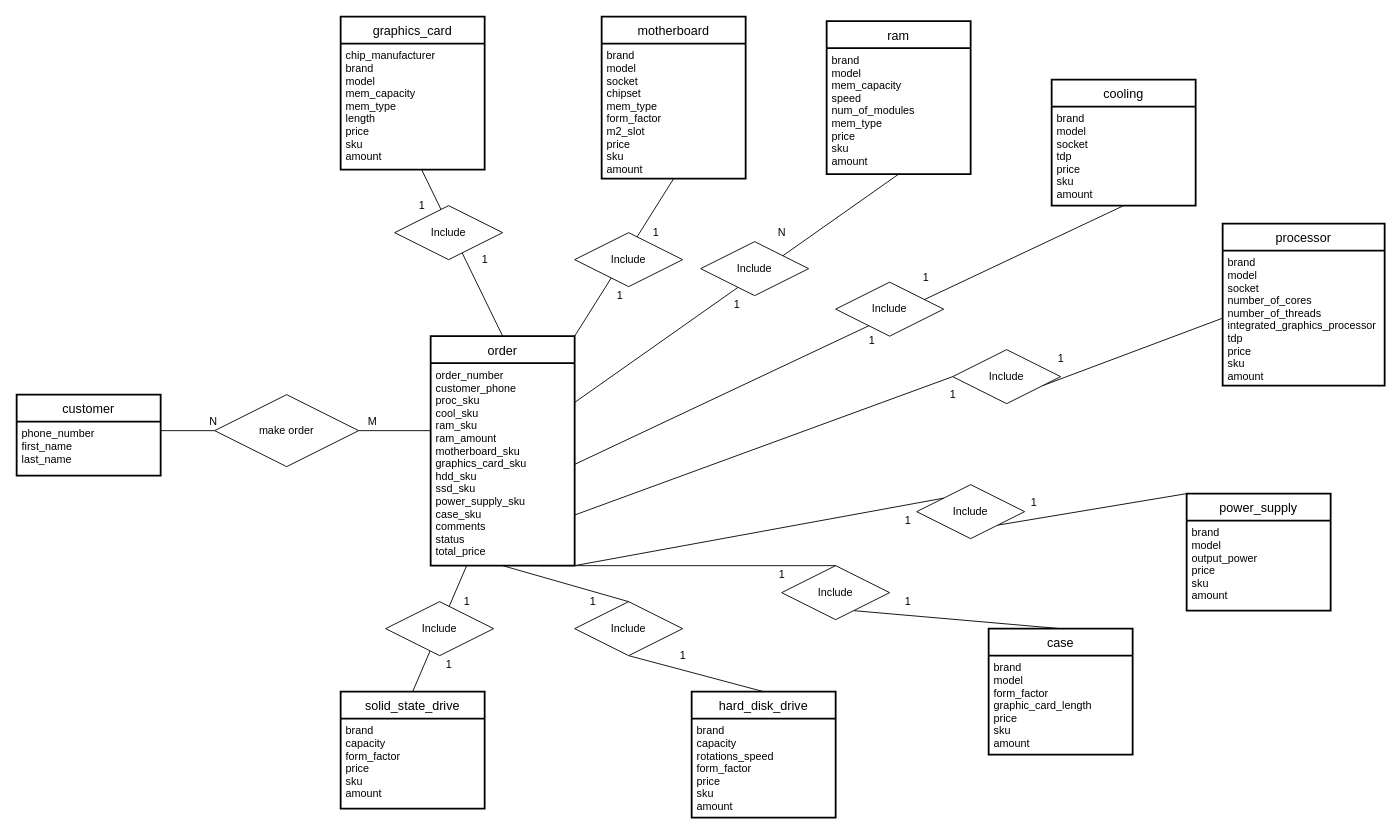
The draw.io diagram Help/comuter_shop.drawio in RaEzhov/sql_project, before the edit. Source tidied: cells renumbered, new cells numbered last; positions are measured from the earlier drawing's top-left corner, leaving out a move shared by most shapes. Both pictures are drawn from the tidied source at 90%, with x=0, y=0 at pixel (16, 16).
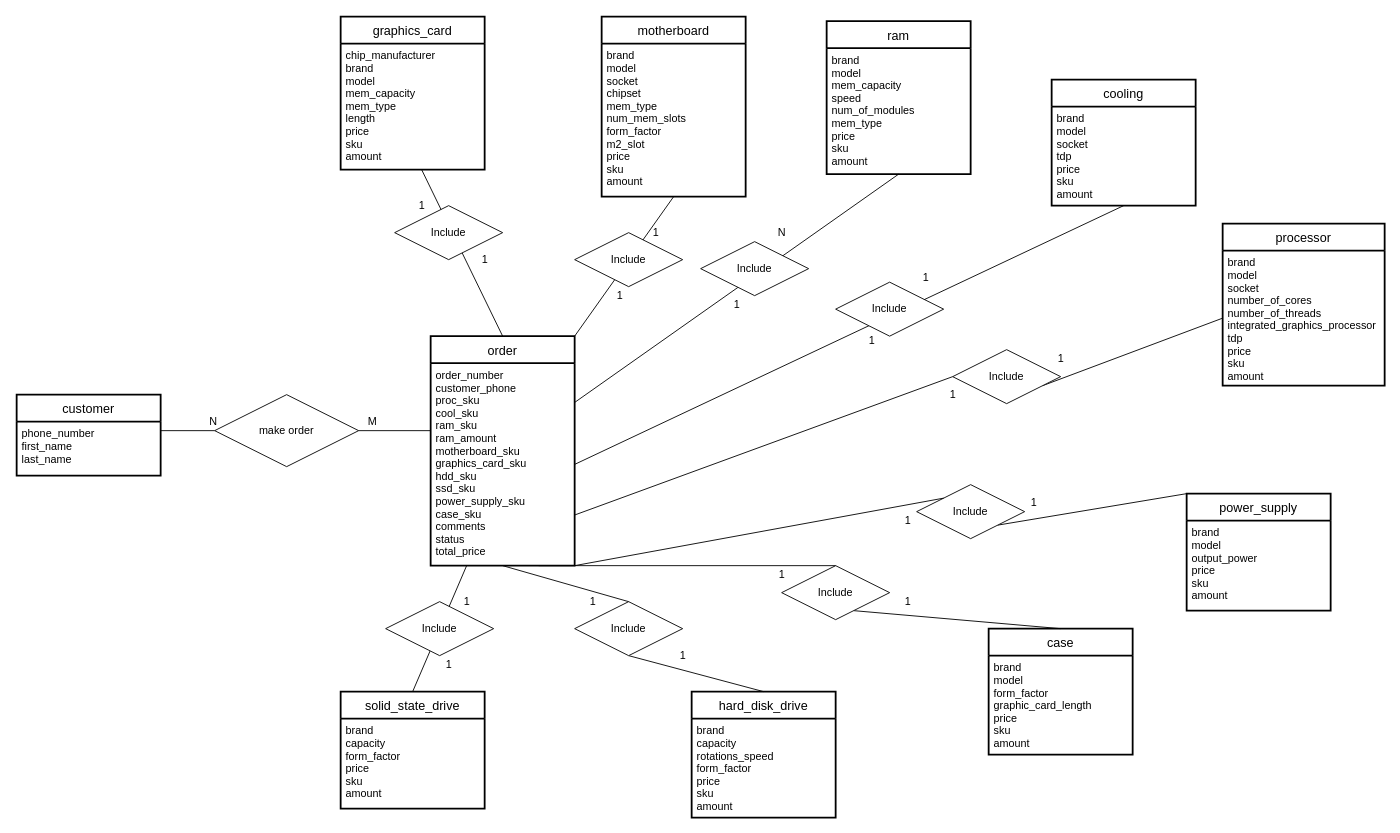
Above is the later version.

What changed in the source:
```diff
@@
     <mxCell id="8" value="motherboard" style="swimlane;horizontal=1;startSize=30;rounded=0;fontSize=14;fontStyle=0;strokeWidth=2;shadow=0;dashed=0;align=center;fontFamily=Helvetica;" parent="1" vertex="1">
-      <mxGeometry x="650" width="160" height="180" as="geometry" />
+      <mxGeometry x="650" width="160" height="200" as="geometry" />
     </mxCell>
-    <mxCell id="9" value="brand&#10;model&#10;socket&#10;chipset&#10;mem_type&#10;form_factor&#10;m2_slot&#10;price&#10;sku&#10;amount" style="align=left;strokeColor=none;fillColor=none;spacingLeft=4;fontSize=12;verticalAlign=top;" parent="8" vertex="1">
-      <mxGeometry y="30" width="160" height="150" as="geometry" />
+    <mxCell id="9" value="brand&#10;model&#10;socket&#10;chipset&#10;mem_type&#10;num_mem_slots&#10;form_factor&#10;m2_slot&#10;price&#10;sku&#10;amount" style="align=left;strokeColor=none;fillColor=none;spacingLeft=4;fontSize=12;verticalAlign=top;" parent="8" vertex="1">
+      <mxGeometry y="30" width="160" height="170" as="geometry" />
     </mxCell>
```
